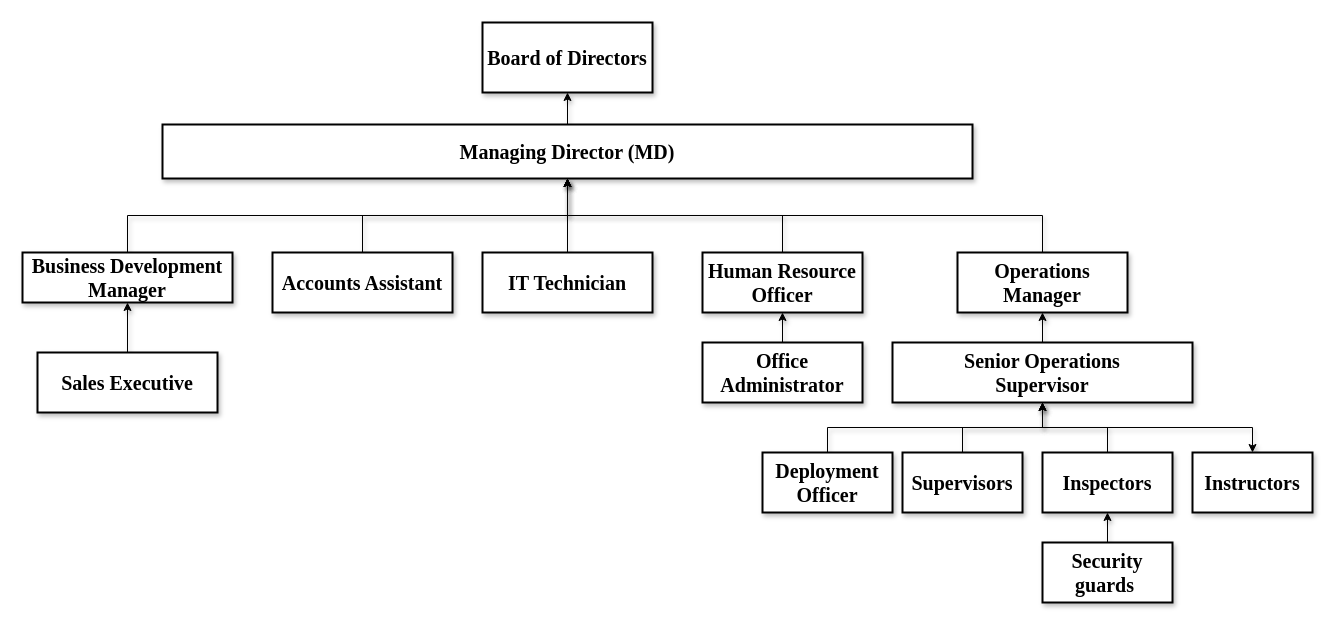
This is HR.drawio from BRIAN12682/Automation-Projects, a draw.io file, before an edit. Source tidied: cells renumbered, new cells numbered last; positions are measured from the earlier drawing's top-left corner, leaving out a move shared by most shapes. Both pictures are drawn from the tidied source at 100%, with x=0, y=0 at pixel (22, 22).
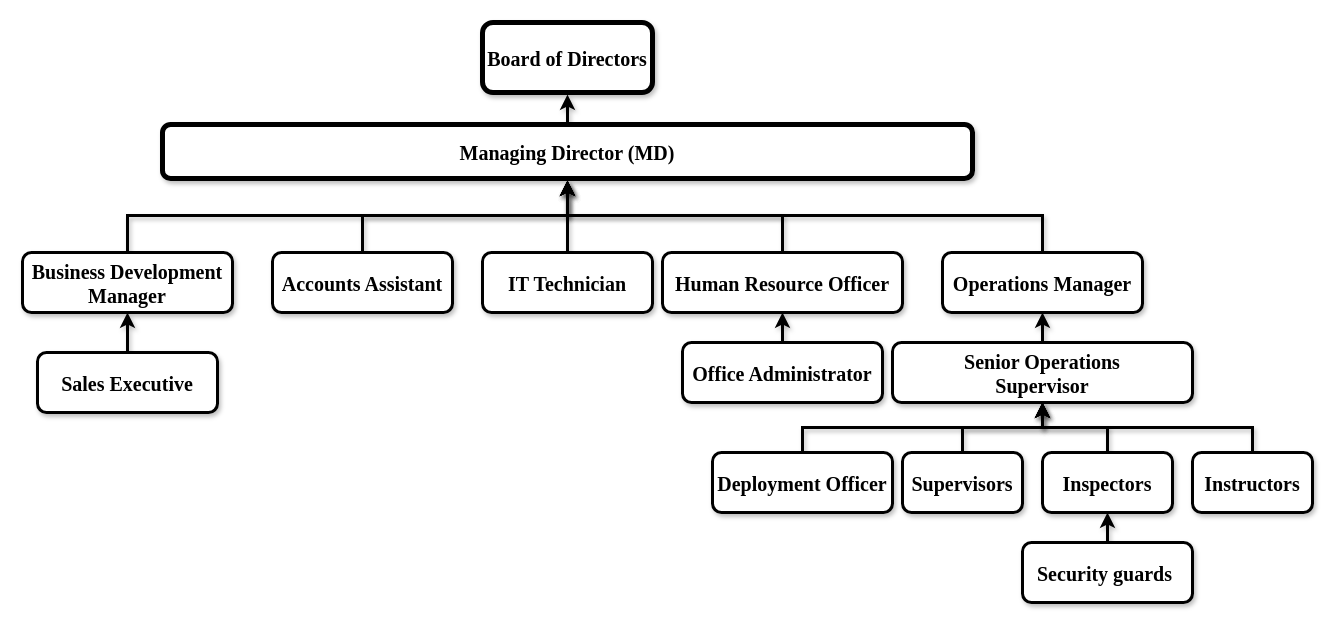
After the change.

Change to the diagram source:
```diff
@@
-    <mxCell id="2" style="edgeStyle=orthogonalEdgeStyle;rounded=0;jettySize=auto;fontStyle=1;shadow=1;fontSize=20;fontFamily=Times New Roman;textShadow=0;labelBorderColor=none;" parent="1" edge="1" source="8" target="9">
+    <mxCell id="2" style="edgeStyle=orthogonalEdgeStyle;rounded=0;jettySize=auto;fontStyle=1;shadow=1;fontSize=20;fontFamily=Times New Roman;textShadow=0;labelBorderColor=none;strokeWidth=3;" parent="1" edge="1" source="8" target="9">
       <mxGeometry relative="1" as="geometry" />
     </mxCell>
-    <mxCell id="3" style="edgeStyle=orthogonalEdgeStyle;rounded=0;jettySize=auto;fontStyle=1;shadow=1;fontSize=20;fontFamily=Times New Roman;textShadow=0;labelBorderColor=none;" parent="1" edge="1" source="10" target="8">
+    <mxCell id="3" style="edgeStyle=orthogonalEdgeStyle;rounded=0;jettySize=auto;fontStyle=1;shadow=1;fontSize=20;fontFamily=Times New Roman;textShadow=0;labelBorderColor=none;strokeWidth=3;" parent="1" edge="1" source="10" target="8">
       <mxGeometry relative="1" as="geometry" />
     </mxCell>
-    <mxCell id="4" style="edgeStyle=orthogonalEdgeStyle;rounded=0;jettySize=auto;fontStyle=1;shadow=1;fontSize=20;fontFamily=Times New Roman;textShadow=0;labelBorderColor=none;" parent="1" edge="1" source="11" target="8">
+    <mxCell id="4" style="edgeStyle=orthogonalEdgeStyle;rounded=0;jettySize=auto;fontStyle=1;shadow=1;fontSize=20;fontFamily=Times New Roman;textShadow=0;labelBorderColor=none;strokeWidth=3;" parent="1" edge="1" source="11" target="8">
       <mxGeometry relative="1" as="geometry" />
     </mxCell>
-    <mxCell id="5" style="edgeStyle=orthogonalEdgeStyle;rounded=0;jettySize=auto;fontStyle=1;shadow=1;fontSize=20;fontFamily=Times New Roman;textShadow=0;labelBorderColor=none;" parent="1" edge="1" source="13" target="8">
+    <mxCell id="5" style="edgeStyle=orthogonalEdgeStyle;rounded=0;jettySize=auto;fontStyle=1;shadow=1;fontSize=20;fontFamily=Times New Roman;textShadow=0;labelBorderColor=none;strokeWidth=3;" parent="1" edge="1" source="13" target="8">
       <mxGeometry relative="1" as="geometry" />
     </mxCell>
-    <mxCell id="6" style="edgeStyle=orthogonalEdgeStyle;rounded=0;jettySize=auto;fontStyle=1;shadow=1;fontSize=20;fontFamily=Times New Roman;textShadow=0;labelBorderColor=none;" parent="1" edge="1" source="16" target="8">
+    <mxCell id="6" style="edgeStyle=orthogonalEdgeStyle;rounded=0;jettySize=auto;fontStyle=1;shadow=1;fontSize=20;fontFamily=Times New Roman;textShadow=0;labelBorderColor=none;strokeWidth=3;" parent="1" edge="1" source="16" target="8">
       <mxGeometry relative="1" as="geometry" />
     </mxCell>
-    <mxCell id="7" style="edgeStyle=orthogonalEdgeStyle;rounded=0;jettySize=auto;fontStyle=1;shadow=1;fontSize=20;fontFamily=Times New Roman;textShadow=0;labelBorderColor=none;" parent="1" edge="1" source="19" target="8">
+    <mxCell id="7" style="edgeStyle=orthogonalEdgeStyle;rounded=0;jettySize=auto;fontStyle=1;shadow=1;fontSize=20;fontFamily=Times New Roman;textShadow=0;labelBorderColor=none;strokeWidth=3;" parent="1" edge="1" source="19" target="8">
       <mxGeometry relative="1" as="geometry" />
     </mxCell>
-    <mxCell id="8" value="Managing Director (MD)" style="whiteSpace=wrap;strokeWidth=2;fontStyle=1;shadow=1;fontSize=20;fontFamily=Times New Roman;textShadow=0;labelBorderColor=none;" parent="1" vertex="1">
+    <mxCell id="8" value="Managing Director (MD)" style="strokeWidth=5;fontStyle=1;shadow=1;fontSize=20;fontFamily=Times New Roman;textShadow=0;labelBorderColor=none;perimeterSpacing=2;rounded=1;" parent="1" vertex="1">
       <mxGeometry x="140" y="102" width="810" height="54" as="geometry" />
     </mxCell>
-    <mxCell id="9" value="Board of Directors" style="whiteSpace=wrap;strokeWidth=2;fontStyle=1;shadow=1;fontSize=20;fontFamily=Times New Roman;textShadow=0;labelBorderColor=none;" parent="1" vertex="1">
+    <mxCell id="9" value="Board of Directors" style="strokeWidth=5;fontStyle=1;shadow=1;fontSize=20;fontFamily=Times New Roman;textShadow=0;labelBorderColor=none;perimeterSpacing=2;rounded=1;" parent="1" vertex="1">
       <mxGeometry x="460" width="170" height="70" as="geometry" />
     </mxCell>
-    <mxCell id="10" value="Accounts Assistant" style="whiteSpace=wrap;strokeWidth=2;fontStyle=1;shadow=1;fontSize=20;fontFamily=Times New Roman;textShadow=0;labelBorderColor=none;" parent="1" vertex="1">
+    <mxCell id="10" value="Accounts Assistant" style="strokeWidth=3;fontStyle=1;shadow=1;fontSize=20;fontFamily=Times New Roman;textShadow=0;labelBorderColor=none;rounded=1;" parent="1" vertex="1">
       <mxGeometry x="250" y="230" width="180" height="60" as="geometry" />
     </mxCell>
-    <mxCell id="11" value="IT Technician" style="whiteSpace=wrap;strokeWidth=2;fontStyle=1;shadow=1;fontSize=20;fontFamily=Times New Roman;textShadow=0;labelBorderColor=none;" parent="1" vertex="1">
+    <mxCell id="11" value="IT Technician" style="strokeWidth=3;fontStyle=1;shadow=1;fontSize=20;fontFamily=Times New Roman;textShadow=0;labelBorderColor=none;rounded=1;" parent="1" vertex="1">
       <mxGeometry x="460" y="230" width="170" height="60" as="geometry" />
     </mxCell>
-    <mxCell id="12" style="edgeStyle=orthogonalEdgeStyle;rounded=0;jettySize=auto;fontStyle=1;shadow=1;fontSize=20;fontFamily=Times New Roman;textShadow=0;labelBorderColor=none;" parent="1" edge="1" source="14" target="13">
+    <mxCell id="12" style="edgeStyle=orthogonalEdgeStyle;rounded=0;jettySize=auto;fontStyle=1;shadow=1;fontSize=20;fontFamily=Times New Roman;textShadow=0;labelBorderColor=none;strokeWidth=3;" parent="1" edge="1" source="14" target="13">
       <mxGeometry relative="1" as="geometry" />
     </mxCell>
-    <mxCell id="13" value="Human Resource Officer" style="whiteSpace=wrap;strokeWidth=2;fontStyle=1;shadow=1;fontSize=20;fontFamily=Times New Roman;textShadow=0;labelBorderColor=none;" parent="1" vertex="1">
-      <mxGeometry x="680" y="230" width="160" height="60" as="geometry" />
+    <mxCell id="13" value="Human Resource Officer" style="strokeWidth=3;fontStyle=1;shadow=1;fontSize=20;fontFamily=Times New Roman;textShadow=0;labelBorderColor=none;rounded=1;" parent="1" vertex="1">
+      <mxGeometry x="640" y="230" width="240" height="60" as="geometry" />
     </mxCell>
-    <mxCell id="14" value="Office Administrator" style="whiteSpace=wrap;strokeWidth=2;fontStyle=1;shadow=1;fontSize=20;fontFamily=Times New Roman;textShadow=0;labelBorderColor=none;" parent="1" vertex="1">
-      <mxGeometry x="680" y="320" width="160" height="60" as="geometry" />
+    <mxCell id="14" value="Office Administrator" style="strokeWidth=3;fontStyle=1;shadow=1;fontSize=20;fontFamily=Times New Roman;textShadow=0;labelBorderColor=none;rounded=1;" parent="1" vertex="1">
+      <mxGeometry x="660" y="320" width="200" height="60" as="geometry" />
     </mxCell>
-    <mxCell id="15" style="edgeStyle=orthogonalEdgeStyle;rounded=0;jettySize=auto;fontStyle=1;shadow=1;fontSize=20;fontFamily=Times New Roman;textShadow=0;labelBorderColor=none;" parent="1" edge="1" source="17" target="16">
+    <mxCell id="15" style="edgeStyle=orthogonalEdgeStyle;rounded=0;jettySize=auto;fontStyle=1;shadow=1;fontSize=20;fontFamily=Times New Roman;textShadow=0;labelBorderColor=none;strokeWidth=3;" parent="1" edge="1" source="17" target="16">
       <mxGeometry relative="1" as="geometry" />
     </mxCell>
-    <mxCell id="16" value="Business Development&#10;Manager" style="whiteSpace=wrap;strokeWidth=2;fontStyle=1;shadow=1;fontSize=20;fontFamily=Times New Roman;textShadow=0;labelBorderColor=none;" parent="1" vertex="1">
-      <mxGeometry y="230" width="210" height="50" as="geometry" />
+    <mxCell id="16" value="Business Development&#10;Manager" style="strokeWidth=3;fontStyle=1;shadow=1;fontSize=20;fontFamily=Times New Roman;textShadow=0;labelBorderColor=none;rounded=1;" parent="1" vertex="1">
+      <mxGeometry y="230" width="210" height="60" as="geometry" />
     </mxCell>
-    <mxCell id="17" value="Sales Executive" style="whiteSpace=wrap;strokeWidth=2;fontStyle=1;shadow=1;fontSize=20;fontFamily=Times New Roman;textShadow=0;labelBorderColor=none;" parent="1" vertex="1">
+    <mxCell id="17" value="Sales Executive" style="strokeWidth=3;fontStyle=1;shadow=1;fontSize=20;fontFamily=Times New Roman;textShadow=0;labelBorderColor=none;rounded=1;" parent="1" vertex="1">
       <mxGeometry x="15" y="330" width="180" height="60" as="geometry" />
     </mxCell>
-    <mxCell id="18" style="edgeStyle=orthogonalEdgeStyle;rounded=0;jettySize=auto;fontStyle=1;shadow=1;fontSize=20;fontFamily=Times New Roman;textShadow=0;labelBorderColor=none;" parent="1" edge="1" source="24" target="19">
+    <mxCell id="18" style="edgeStyle=orthogonalEdgeStyle;rounded=0;jettySize=auto;fontStyle=1;shadow=1;fontSize=20;fontFamily=Times New Roman;textShadow=0;labelBorderColor=none;strokeWidth=3;" parent="1" edge="1" source="24" target="19">
       <mxGeometry relative="1" as="geometry" />
     </mxCell>
-    <mxCell id="19" value="Operations Manager" style="whiteSpace=wrap;strokeWidth=2;fontStyle=1;shadow=1;fontSize=20;fontFamily=Times New Roman;textShadow=0;labelBorderColor=none;" parent="1" vertex="1">
-      <mxGeometry x="935" y="230" width="170" height="60" as="geometry" />
+    <mxCell id="19" value="Operations Manager" style="strokeWidth=3;fontStyle=1;shadow=1;fontSize=20;fontFamily=Times New Roman;textShadow=0;labelBorderColor=none;rounded=1;" parent="1" vertex="1">
+      <mxGeometry x="920" y="230" width="200" height="60" as="geometry" />
     </mxCell>
-    <mxCell id="20" style="edgeStyle=orthogonalEdgeStyle;rounded=0;jettySize=auto;fontStyle=1;shadow=1;fontSize=20;fontFamily=Times New Roman;textShadow=0;labelBorderColor=none;" parent="1" edge="1" source="25" target="24">
+    <mxCell id="20" style="edgeStyle=orthogonalEdgeStyle;rounded=0;jettySize=auto;fontStyle=1;shadow=1;fontSize=20;fontFamily=Times New Roman;textShadow=0;labelBorderColor=none;strokeWidth=3;" parent="1" edge="1" source="25" target="24">
       <mxGeometry relative="1" as="geometry" />
     </mxCell>
-    <mxCell id="21" style="edgeStyle=orthogonalEdgeStyle;rounded=0;jettySize=auto;fontStyle=1;shadow=1;fontSize=20;fontFamily=Times New Roman;textShadow=0;labelBorderColor=none;" parent="1" edge="1" source="27" target="24">
+    <mxCell id="21" style="edgeStyle=orthogonalEdgeStyle;rounded=0;jettySize=auto;fontStyle=1;shadow=1;fontSize=20;fontFamily=Times New Roman;textShadow=0;labelBorderColor=none;strokeWidth=3;" parent="1" edge="1" source="27" target="24">
       <mxGeometry relative="1" as="geometry" />
     </mxCell>
-    <mxCell id="22" style="edgeStyle=orthogonalEdgeStyle;rounded=0;jettySize=auto;fontStyle=1;shadow=1;fontSize=20;fontFamily=Times New Roman;textShadow=0;labelBorderColor=none;" parent="1" edge="1" source="28" target="24">
+    <mxCell id="22" style="edgeStyle=orthogonalEdgeStyle;rounded=0;jettySize=auto;fontStyle=1;shadow=1;fontSize=20;fontFamily=Times New Roman;textShadow=0;labelBorderColor=none;strokeWidth=3;" parent="1" edge="1" source="28" target="24">
       <mxGeometry relative="1" as="geometry" />
     </mxCell>
-    <mxCell id="23" style="edgeStyle=orthogonalEdgeStyle;rounded=0;jettySize=auto;fontStyle=1;shadow=1;fontSize=20;fontFamily=Times New Roman;textShadow=0;labelBorderColor=none;" parent="1" edge="1" source="24" target="29">
+    <mxCell id="23" style="edgeStyle=orthogonalEdgeStyle;rounded=0;jettySize=auto;fontStyle=1;shadow=1;fontSize=20;fontFamily=Times New Roman;textShadow=0;labelBorderColor=none;strokeWidth=3;" parent="1" edge="1" source="29" target="24">
       <mxGeometry relative="1" as="geometry" />
     </mxCell>
-    <mxCell id="24" value="Senior Operations&#10;Supervisor" style="whiteSpace=wrap;strokeWidth=2;fontStyle=1;shadow=1;fontSize=20;fontFamily=Times New Roman;textShadow=0;labelBorderColor=none;" parent="1" vertex="1">
+    <mxCell id="24" value="Senior Operations&#10;Supervisor" style="strokeWidth=3;fontStyle=1;shadow=1;fontSize=20;fontFamily=Times New Roman;textShadow=0;labelBorderColor=none;rounded=1;" parent="1" vertex="1">
       <mxGeometry x="870" y="320" width="300" height="60" as="geometry" />
     </mxCell>
-    <mxCell id="25" value="Deployment Officer" style="whiteSpace=wrap;strokeWidth=2;fontStyle=1;shadow=1;fontSize=20;fontFamily=Times New Roman;textShadow=0;labelBorderColor=none;" parent="1" vertex="1">
-      <mxGeometry x="740" y="430" width="130" height="60" as="geometry" />
+    <mxCell id="25" value="Deployment Officer" style="strokeWidth=3;fontStyle=1;shadow=1;fontSize=20;fontFamily=Times New Roman;textShadow=0;labelBorderColor=none;rounded=1;" parent="1" vertex="1">
+      <mxGeometry x="690" y="430" width="180" height="60" as="geometry" />
     </mxCell>
-    <mxCell id="26" style="edgeStyle=orthogonalEdgeStyle;rounded=0;jettySize=auto;fontStyle=1;shadow=1;fontSize=20;fontFamily=Times New Roman;textShadow=0;labelBorderColor=none;" parent="1" edge="1" source="30" target="27">
+    <mxCell id="26" style="edgeStyle=orthogonalEdgeStyle;rounded=0;jettySize=auto;fontStyle=1;shadow=1;fontSize=20;fontFamily=Times New Roman;textShadow=0;labelBorderColor=none;strokeWidth=3;" parent="1" edge="1" source="30" target="27">
       <mxGeometry relative="1" as="geometry" />
     </mxCell>
-    <mxCell id="27" value="Inspectors" style="whiteSpace=wrap;strokeWidth=2;fontStyle=1;shadow=1;fontSize=20;fontFamily=Times New Roman;textShadow=0;labelBorderColor=none;" parent="1" vertex="1">
+    <mxCell id="27" value="Inspectors" style="strokeWidth=3;fontStyle=1;shadow=1;fontSize=20;fontFamily=Times New Roman;textShadow=0;labelBorderColor=none;rounded=1;" parent="1" vertex="1">
       <mxGeometry x="1020" y="430" width="130" height="60" as="geometry" />
     </mxCell>
-    <mxCell id="28" value="Supervisors" style="whiteSpace=wrap;strokeWidth=2;fontStyle=1;shadow=1;fontSize=20;fontFamily=Times New Roman;textShadow=0;labelBorderColor=none;" parent="1" vertex="1">
+    <mxCell id="28" value="Supervisors" style="strokeWidth=3;fontStyle=1;shadow=1;fontSize=20;fontFamily=Times New Roman;textShadow=0;labelBorderColor=none;rounded=1;" parent="1" vertex="1">
       <mxGeometry x="880" y="430" width="120" height="60" as="geometry" />
     </mxCell>
-    <mxCell id="29" value="Instructors" style="whiteSpace=wrap;strokeWidth=2;fontStyle=1;shadow=1;fontSize=20;fontFamily=Times New Roman;textShadow=0;labelBorderColor=none;" parent="1" vertex="1">
+    <mxCell id="29" value="Instructors" style="strokeWidth=3;fontStyle=1;shadow=1;fontSize=20;fontFamily=Times New Roman;textShadow=0;labelBorderColor=none;rounded=1;" parent="1" vertex="1">
       <mxGeometry x="1170" y="430" width="120" height="60" as="geometry" />
     </mxCell>
-    <mxCell id="30" value="Security guards " style="whiteSpace=wrap;strokeWidth=2;fontStyle=1;shadow=1;fontSize=20;fontFamily=Times New Roman;textShadow=0;labelBorderColor=none;" parent="1" vertex="1">
-      <mxGeometry x="1020" y="520" width="130" height="60" as="geometry" />
+    <mxCell id="30" value="Security guards " style="strokeWidth=3;fontStyle=1;shadow=1;fontSize=20;fontFamily=Times New Roman;textShadow=0;labelBorderColor=none;rounded=1;" parent="1" vertex="1">
+      <mxGeometry x="1000" y="520" width="170" height="60" as="geometry" />
     </mxCell>
```
